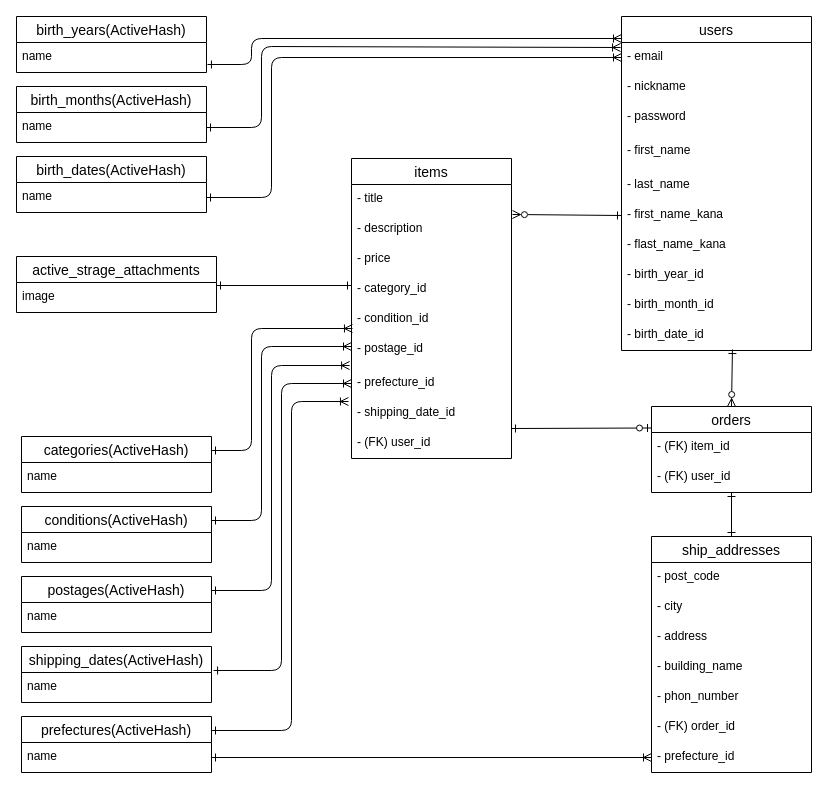
The draw.io diagram ERD.dio in gingin-s/furima-37445, before the edit. Source tidied: cells renumbered, new cells numbered last; positions are measured from the earlier drawing's top-left corner, leaving out a move shared by most shapes. Both pictures are drawn from the tidied source at 100%, with x=0, y=0 at pixel (16, 16).
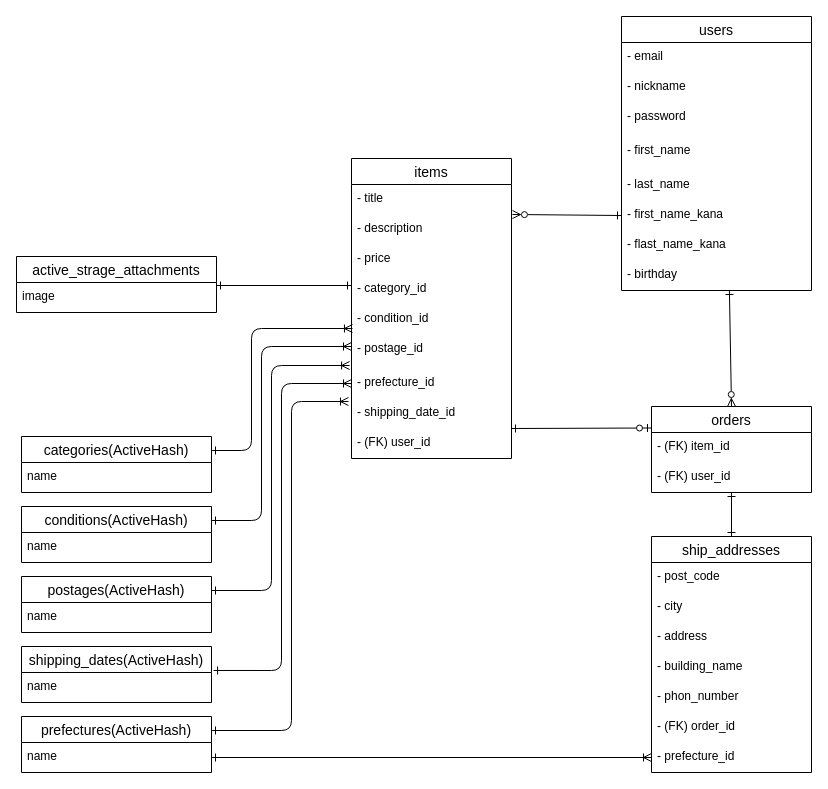
Above is the later version.

The change refers to these unchanged cells:
```xml
<mxCell id="4" value="- email" style="text;strokeColor=none;fillColor=none;spacingLeft=4;spacingRight=4;overflow=hidden;points=[[0,0.5],[1,0.5]];portConstraint=eastwest;fontSize=12;align=left;verticalAlign=top;" parent="3" vertex="1">
  <mxGeometry y="26" width="190" height="30" as="geometry" />
</mxCell>
<mxCell id="25" value="orders" style="swimlane;fontStyle=0;horizontal=1;startSize=26;align=center;fontSize=14;" parent="1" vertex="1">
  <mxGeometry x="635" y="390" width="160" height="86" as="geometry" />
</mxCell>
```

Change to the diagram source:
```diff
@@
-    <mxCell id="2" style="edgeStyle=none;html=1;entryX=0.5;entryY=0;entryDx=0;entryDy=0;startArrow=ERone;startFill=0;endArrow=ERzeroToMany;endFill=0;exitX=0.584;exitY=0.967;exitDx=0;exitDy=0;exitPerimeter=0;" parent="1" edge="1" source="13" target="25">
+    <mxCell id="2" style="edgeStyle=none;html=1;entryX=0.5;entryY=0;entryDx=0;entryDy=0;startArrow=ERone;startFill=0;endArrow=ERzeroToMany;endFill=0;exitX=0.568;exitY=1;exitDx=0;exitDy=0;exitPerimeter=0;" parent="1" edge="1" source="11" target="25">
       <mxGeometry relative="1" as="geometry" />
     </mxCell>
     <mxCell id="3" value="users" style="swimlane;fontStyle=0;horizontal=1;startSize=26;align=center;fontSize=14;" parent="1" vertex="1">
-      <mxGeometry x="605" width="190" height="334" as="geometry" />
+      <mxGeometry x="605" width="190" height="274" as="geometry" />
     </mxCell>
@@
-    <mxCell id="11" value="- birth_year_id" style="text;strokeColor=none;fillColor=none;spacingLeft=4;spacingRight=4;overflow=hidden;points=[[0,0.5],[1,0.5]];portConstraint=eastwest;fontSize=12;" parent="3" vertex="1">
+    <mxCell id="11" value="- birthday" style="text;strokeColor=none;fillColor=none;spacingLeft=4;spacingRight=4;overflow=hidden;points=[[0,0.5],[1,0.5]];portConstraint=eastwest;fontSize=12;" parent="3" vertex="1">
       <mxGeometry y="244" width="190" height="30" as="geometry" />
     </mxCell>
-    <mxCell id="12" value="- birth_month_id" style="text;strokeColor=none;fillColor=none;spacingLeft=4;spacingRight=4;overflow=hidden;fontSize=12;" parent="3" vertex="1">
-      <mxGeometry y="274" width="190" height="30" as="geometry" />
-    </mxCell>
-    <mxCell id="13" value="- birth_date_id" style="text;strokeColor=none;fillColor=none;spacingLeft=4;spacingRight=4;overflow=hidden;points=[[0,0.5],[1,0.5]];portConstraint=eastwest;fontSize=12;" parent="3" vertex="1">
-      <mxGeometry y="304" width="190" height="30" as="geometry" />
-    </mxCell>
@@
-    <mxCell id="38" value="birth_years(ActiveHash)" style="swimlane;fontStyle=0;horizontal=1;startSize=26;align=center;fontSize=14;swimlaneLine=1;rounded=0;sketch=0;" parent="1" vertex="1">
-      <mxGeometry width="190" height="56" as="geometry" />
-    </mxCell>
-    <mxCell id="39" value="name" style="text;strokeColor=none;fillColor=none;spacingLeft=4;spacingRight=4;overflow=hidden;points=[[0,0.5],[1,0.5]];portConstraint=eastwest;fontSize=12;" parent="38" vertex="1">
-      <mxGeometry y="26" width="190" height="30" as="geometry" />
-    </mxCell>
@@
-    <mxCell id="59" value="birth_months(ActiveHash)" style="swimlane;fontStyle=0;horizontal=1;startSize=26;align=center;fontSize=14;swimlaneLine=1;rounded=0;sketch=0;" parent="1" vertex="1">
-      <mxGeometry y="70" width="190" height="56" as="geometry" />
-    </mxCell>
-    <mxCell id="60" value="name" style="text;strokeColor=none;fillColor=none;spacingLeft=4;spacingRight=4;overflow=hidden;points=[[0,0.5],[1,0.5]];portConstraint=eastwest;fontSize=12;" parent="59" vertex="1">
-      <mxGeometry y="26" width="190" height="30" as="geometry" />
-    </mxCell>
-    <mxCell id="61" value="birth_dates(ActiveHash)" style="swimlane;fontStyle=0;horizontal=1;startSize=26;align=center;fontSize=14;swimlaneLine=1;rounded=0;sketch=0;" parent="1" vertex="1">
-      <mxGeometry y="140" width="190" height="56" as="geometry" />
-    </mxCell>
-    <mxCell id="62" value="name" style="text;strokeColor=none;fillColor=none;spacingLeft=4;spacingRight=4;overflow=hidden;points=[[0,0.5],[1,0.5]];portConstraint=eastwest;fontSize=12;" parent="61" vertex="1">
-      <mxGeometry y="26" width="190" height="30" as="geometry" />
-    </mxCell>
-    <mxCell id="63" style="edgeStyle=none;html=1;entryX=1.005;entryY=0.733;entryDx=0;entryDy=0;entryPerimeter=0;startArrow=ERoneToMany;startFill=0;endArrow=ERone;endFill=0;exitX=0;exitY=-0.133;exitDx=0;exitDy=0;exitPerimeter=0;" parent="1" edge="1" source="4" target="39">
-      <mxGeometry relative="1" as="geometry">
-        <Array as="points">
-          <mxPoint x="235" y="22" />
-          <mxPoint x="235" y="48" />
-        </Array>
-      </mxGeometry>
-    </mxCell>
-    <mxCell id="64" style="edgeStyle=none;html=1;entryX=1;entryY=0.5;entryDx=0;entryDy=0;startArrow=ERoneToMany;startFill=0;endArrow=ERone;endFill=0;exitX=-0.005;exitY=0.167;exitDx=0;exitDy=0;exitPerimeter=0;" parent="1" edge="1" source="4" target="60">
-      <mxGeometry relative="1" as="geometry">
-        <Array as="points">
-          <mxPoint x="245" y="30" />
-          <mxPoint x="245" y="111" />
-        </Array>
-      </mxGeometry>
-    </mxCell>
-    <mxCell id="65" style="edgeStyle=none;html=1;entryX=1;entryY=0.5;entryDx=0;entryDy=0;startArrow=ERoneToMany;startFill=0;endArrow=ERone;endFill=0;exitX=0;exitY=0.5;exitDx=0;exitDy=0;" parent="1" edge="1" source="4" target="62">
-      <mxGeometry relative="1" as="geometry">
-        <Array as="points">
-          <mxPoint x="255" y="41" />
-          <mxPoint x="255" y="181" />
-        </Array>
-      </mxGeometry>
-    </mxCell>
```
